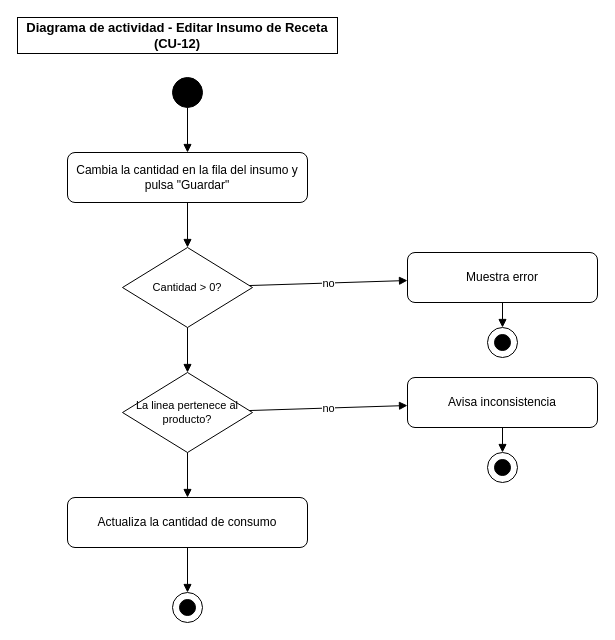
Above: docs/diagramas-actividad/CU-12-actividad.drawio in Zarcooh/big-royal-saas (draw.io), before the change. Source tidied: cells renumbered, new cells numbered last; positions are measured from the earlier drawing's top-left corner, leaving out a move shared by most shapes. Both pictures are drawn from the tidied source at 100%, with x=0, y=0 at pixel (17, 17).
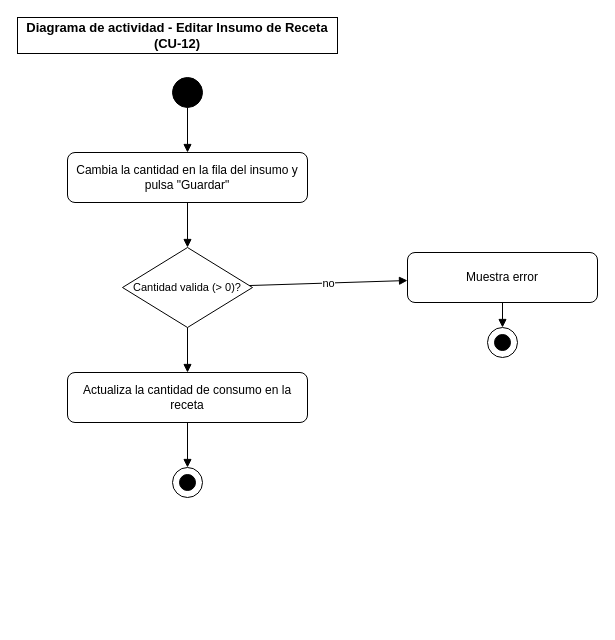
After the change.

Diff of the diagram source:
```diff
@@
-    <mxCell id="6" value="Cantidad &gt; 0?" style="rhombus;whiteSpace=wrap;html=1;fontSize=11;" parent="1" vertex="1">
+    <mxCell id="6" value="Cantidad valida (&gt; 0)?" style="rhombus;whiteSpace=wrap;html=1;fontSize=11;" parent="1" vertex="1">
       <mxGeometry x="105" y="230" width="130" height="80" as="geometry" />
     </mxCell>
@@
-    <mxCell id="13" value="La linea pertenece al producto?" style="rhombus;whiteSpace=wrap;html=1;fontSize=11;" parent="1" vertex="1">
-      <mxGeometry x="105" y="355" width="130" height="80" as="geometry" />
+    <mxCell id="13" value="Actualiza la cantidad de consumo en la receta" style="rounded=1;whiteSpace=wrap;html=1;fontSize=12;" parent="1" vertex="1">
+      <mxGeometry x="50" y="355" width="240" height="50" as="geometry" />
     </mxCell>
-    <mxCell id="14" value="Avisa inconsistencia" style="rounded=1;whiteSpace=wrap;html=1;fontSize=12;" parent="1" vertex="1">
-      <mxGeometry x="390" y="360" width="190" height="50" as="geometry" />
-    </mxCell>
-    <mxCell id="15" value="no" style="endArrow=block;html=1;rounded=0;" parent="1" edge="1" source="13" target="14">
+    <mxCell id="15" style="endArrow=block;html=1;rounded=0;" parent="1" edge="1" source="6" target="13">
       <mxGeometry relative="1" as="geometry" />
     </mxCell>
-    <mxCell id="16" style="ellipse;fillColor=none;strokeColor=#000000;" parent="1" vertex="1">
-      <mxGeometry x="470" y="435" width="30" height="30" as="geometry" />
-    </mxCell>
-    <mxCell id="17" style="ellipse;fillColor=#000000;strokeColor=#000000;" parent="1" vertex="1">
-      <mxGeometry x="477" y="442" width="16" height="16" as="geometry" />
-    </mxCell>
+    <mxCell id="20" style="ellipse;fillColor=none;strokeColor=#000000;" parent="1" vertex="1">
+      <mxGeometry x="155" y="450" width="30" height="30" as="geometry" />
+    </mxCell>
+    <mxCell id="25" style="ellipse;fillColor=#000000;strokeColor=#000000;" parent="1" vertex="1">
+      <mxGeometry x="162" y="457" width="16" height="16" as="geometry" />
+    </mxCell>
-    <mxCell id="18" style="endArrow=block;html=1;rounded=0;" parent="1" edge="1" source="14" target="16">
+    <mxCell id="18" style="endArrow=block;html=1;rounded=0;" parent="1" edge="1" source="13" target="20">
       <mxGeometry relative="1" as="geometry" />
     </mxCell>
-    <mxCell id="19" style="endArrow=block;html=1;rounded=0;" parent="1" edge="1" source="6" target="13">
-      <mxGeometry relative="1" as="geometry" />
-    </mxCell>
-    <mxCell id="20" value="Actualiza la cantidad de consumo" style="rounded=1;whiteSpace=wrap;html=1;fontSize=12;" parent="1" vertex="1">
-      <mxGeometry x="50" y="480" width="240" height="50" as="geometry" />
-    </mxCell>
-    <mxCell id="21" style="endArrow=block;html=1;rounded=0;" parent="1" edge="1" source="13" target="20">
-      <mxGeometry relative="1" as="geometry" />
-    </mxCell>
-    <mxCell id="22" style="ellipse;fillColor=none;strokeColor=#000000;" parent="1" vertex="1">
-      <mxGeometry x="155" y="575" width="30" height="30" as="geometry" />
-    </mxCell>
-    <mxCell id="23" style="ellipse;fillColor=#000000;strokeColor=#000000;" parent="1" vertex="1">
-      <mxGeometry x="162" y="582" width="16" height="16" as="geometry" />
-    </mxCell>
-    <mxCell id="24" style="endArrow=block;html=1;rounded=0;" parent="1" edge="1" source="20" target="22">
-      <mxGeometry relative="1" as="geometry" />
-    </mxCell>
```
